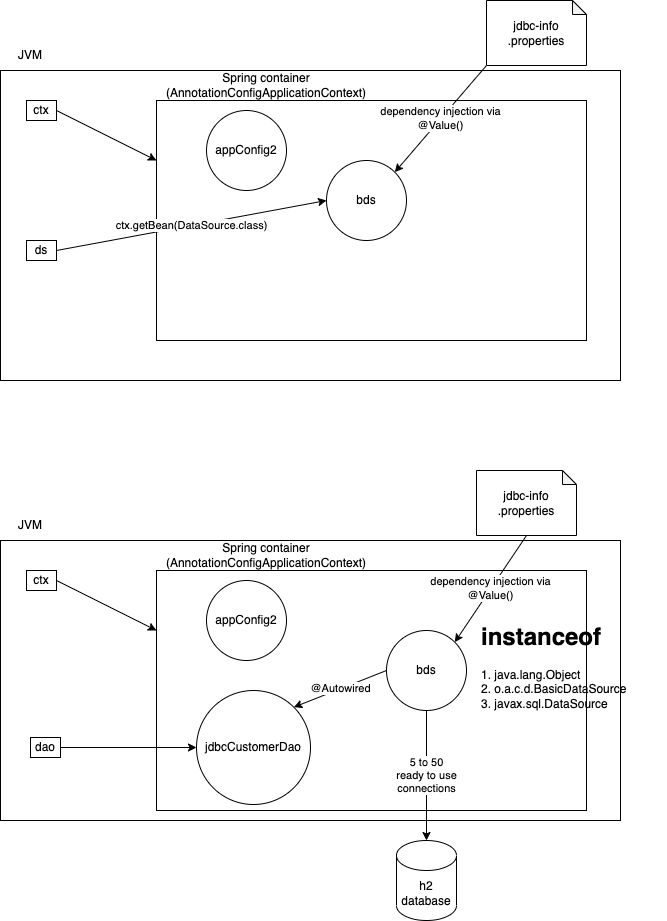
vinod-kayartaya/TARGET-APR-2023-BATCH-1 keeps this draw.io diagram as day-18/spring-container.dio.png. Above is the earlier version. Source tidied: cells renumbered, new cells last; positions are measured from the earlier drawing's top-left corner, leaving out a move shared by most shapes. Source of this version:
```xml
<mxGraphModel>
  <root>
    <mxCell id="0" />
    <mxCell id="1" parent="0" />
    <mxCell id="2" style="rounded=0;whiteSpace=wrap;html=1;" parent="1" vertex="1">
      <mxGeometry y="70" width="620" height="310" as="geometry" />
    </mxCell>
    <mxCell id="3" value="JVM" style="text;html=1;strokeColor=none;fillColor=none;align=center;verticalAlign=middle;whiteSpace=wrap;rounded=0;" parent="1" vertex="1">
      <mxGeometry y="40" width="60" height="30" as="geometry" />
    </mxCell>
    <mxCell id="4" style="edgeStyle=none;html=1;exitX=1;exitY=0.5;exitDx=0;exitDy=0;entryX=0;entryY=0.25;entryDx=0;entryDy=0;" parent="1" edge="1" source="5" target="6">
      <mxGeometry relative="1" as="geometry" />
    </mxCell>
    <mxCell id="5" value="ctx" style="rounded=0;whiteSpace=wrap;html=1;" parent="1" vertex="1">
      <mxGeometry x="26" y="100" width="30" height="20" as="geometry" />
    </mxCell>
    <mxCell id="6" style="rounded=0;whiteSpace=wrap;html=1;" parent="1" vertex="1">
      <mxGeometry x="156" y="100" width="430" height="240" as="geometry" />
    </mxCell>
    <mxCell id="7" value="Spring container (AnnotationConfigApplicationContext)" style="text;html=1;strokeColor=none;fillColor=none;align=center;verticalAlign=middle;whiteSpace=wrap;rounded=0;" parent="1" vertex="1">
      <mxGeometry x="156" y="70" width="220" height="30" as="geometry" />
    </mxCell>
    <mxCell id="8" value="appConfig2" style="ellipse;whiteSpace=wrap;html=1;" parent="1" vertex="1">
      <mxGeometry x="206" y="110" width="80" height="80" as="geometry" />
    </mxCell>
    <mxCell id="9" value="bds" style="ellipse;whiteSpace=wrap;html=1;" parent="1" vertex="1">
      <mxGeometry x="326" y="160" width="80" height="80" as="geometry" />
    </mxCell>
    <mxCell id="10" value="dependency injection via&lt;br&gt;@Value()" style="edgeStyle=none;html=1;exitX=0;exitY=1;exitDx=0;exitDy=0;exitPerimeter=0;entryX=1;entryY=0;entryDx=0;entryDy=0;" parent="1" edge="1" source="11" target="9">
      <mxGeometry relative="1" as="geometry" />
    </mxCell>
    <mxCell id="11" value="jdbc-info&lt;br&gt;.properties" style="shape=note;whiteSpace=wrap;html=1;backgroundOutline=1;darkOpacity=0.05;size=14;" parent="1" vertex="1">
      <mxGeometry x="486" width="100" height="65" as="geometry" />
    </mxCell>
    <mxCell id="12" value="ctx.getBean(DataSource.class)" style="edgeStyle=none;html=1;exitX=1;exitY=0.5;exitDx=0;exitDy=0;entryX=0;entryY=0.5;entryDx=0;entryDy=0;" parent="1" edge="1" source="13" target="9">
      <mxGeometry relative="1" as="geometry" />
    </mxCell>
    <mxCell id="13" value="ds" style="rounded=0;whiteSpace=wrap;html=1;" parent="1" vertex="1">
      <mxGeometry x="26" y="240" width="30" height="20" as="geometry" />
    </mxCell>
    <mxCell id="14" style="rounded=0;whiteSpace=wrap;html=1;" parent="1" vertex="1">
      <mxGeometry y="540" width="620" height="280" as="geometry" />
    </mxCell>
    <mxCell id="15" value="JVM" style="text;html=1;strokeColor=none;fillColor=none;align=center;verticalAlign=middle;whiteSpace=wrap;rounded=0;" parent="1" vertex="1">
      <mxGeometry y="510" width="60" height="30" as="geometry" />
    </mxCell>
    <mxCell id="16" style="edgeStyle=none;html=1;exitX=1;exitY=0.5;exitDx=0;exitDy=0;entryX=0;entryY=0.25;entryDx=0;entryDy=0;" parent="1" edge="1" source="17" target="18">
      <mxGeometry relative="1" as="geometry" />
    </mxCell>
    <mxCell id="17" value="ctx" style="rounded=0;whiteSpace=wrap;html=1;" parent="1" vertex="1">
      <mxGeometry x="26" y="570" width="30" height="20" as="geometry" />
    </mxCell>
    <mxCell id="18" style="rounded=0;whiteSpace=wrap;html=1;" parent="1" vertex="1">
      <mxGeometry x="156" y="570" width="430" height="240" as="geometry" />
    </mxCell>
    <mxCell id="19" value="Spring container (AnnotationConfigApplicationContext)" style="text;html=1;strokeColor=none;fillColor=none;align=center;verticalAlign=middle;whiteSpace=wrap;rounded=0;" parent="1" vertex="1">
      <mxGeometry x="156" y="540" width="220" height="30" as="geometry" />
    </mxCell>
    <mxCell id="20" value="appConfig2" style="ellipse;whiteSpace=wrap;html=1;" parent="1" vertex="1">
      <mxGeometry x="206" y="580" width="80" height="80" as="geometry" />
    </mxCell>
    <mxCell id="21" value="@Autowired" style="edgeStyle=none;html=1;exitX=0;exitY=0.5;exitDx=0;exitDy=0;entryX=1;entryY=0;entryDx=0;entryDy=0;" parent="1" edge="1" source="23" target="26">
      <mxGeometry relative="1" as="geometry" />
    </mxCell>
    <mxCell id="22" value="5 to 50 &lt;br&gt;ready to use&lt;br&gt;connections" style="edgeStyle=none;html=1;exitX=0.5;exitY=1;exitDx=0;exitDy=0;entryX=0.5;entryY=0;entryDx=0;entryDy=0;entryPerimeter=0;" parent="1" edge="1" source="23" target="30">
      <mxGeometry relative="1" as="geometry" />
    </mxCell>
    <mxCell id="23" value="bds" style="ellipse;whiteSpace=wrap;html=1;" parent="1" vertex="1">
      <mxGeometry x="386" y="630" width="80" height="80" as="geometry" />
    </mxCell>
    <mxCell id="24" value="dependency injection via&lt;br&gt;@Value()" style="edgeStyle=none;html=1;exitX=0.5;exitY=1;exitDx=0;exitDy=0;exitPerimeter=0;entryX=1;entryY=0;entryDx=0;entryDy=0;" parent="1" edge="1" source="25" target="23">
      <mxGeometry relative="1" as="geometry" />
    </mxCell>
    <mxCell id="25" value="jdbc-info&lt;br&gt;.properties" style="shape=note;whiteSpace=wrap;html=1;backgroundOutline=1;darkOpacity=0.05;size=14;" parent="1" vertex="1">
      <mxGeometry x="476" y="470" width="100" height="65" as="geometry" />
    </mxCell>
    <mxCell id="26" value="jdbcCustomerDao" style="ellipse;whiteSpace=wrap;html=1;" parent="1" vertex="1">
      <mxGeometry x="196" y="690" width="114" height="114" as="geometry" />
    </mxCell>
    <mxCell id="27" style="edgeStyle=none;html=1;exitX=1;exitY=0.5;exitDx=0;exitDy=0;entryX=0;entryY=0.5;entryDx=0;entryDy=0;" parent="1" edge="1" source="28" target="26">
      <mxGeometry relative="1" as="geometry" />
    </mxCell>
    <mxCell id="28" value="dao" style="rounded=0;whiteSpace=wrap;html=1;" parent="1" vertex="1">
      <mxGeometry x="30" y="737" width="30" height="20" as="geometry" />
    </mxCell>
    <mxCell id="29" value="&lt;h1&gt;instanceof&lt;/h1&gt;&lt;div&gt;1. java.lang.Object&lt;/div&gt;&lt;div&gt;2. o.a.c.d.BasicDataSource&lt;/div&gt;&lt;div&gt;3. javax.sql.DataSource&lt;/div&gt;" style="text;html=1;strokeColor=none;fillColor=none;spacing=5;spacingTop=-20;whiteSpace=wrap;overflow=hidden;rounded=0;" parent="1" vertex="1">
      <mxGeometry x="476" y="617" width="190" height="120" as="geometry" />
    </mxCell>
    <mxCell id="30" value="h2 database" style="shape=cylinder3;whiteSpace=wrap;html=1;boundedLbl=1;backgroundOutline=1;size=15;" parent="1" vertex="1">
      <mxGeometry x="396" y="840" width="60" height="80" as="geometry" />
    </mxCell>
  </root>
</mxGraphModel>
```
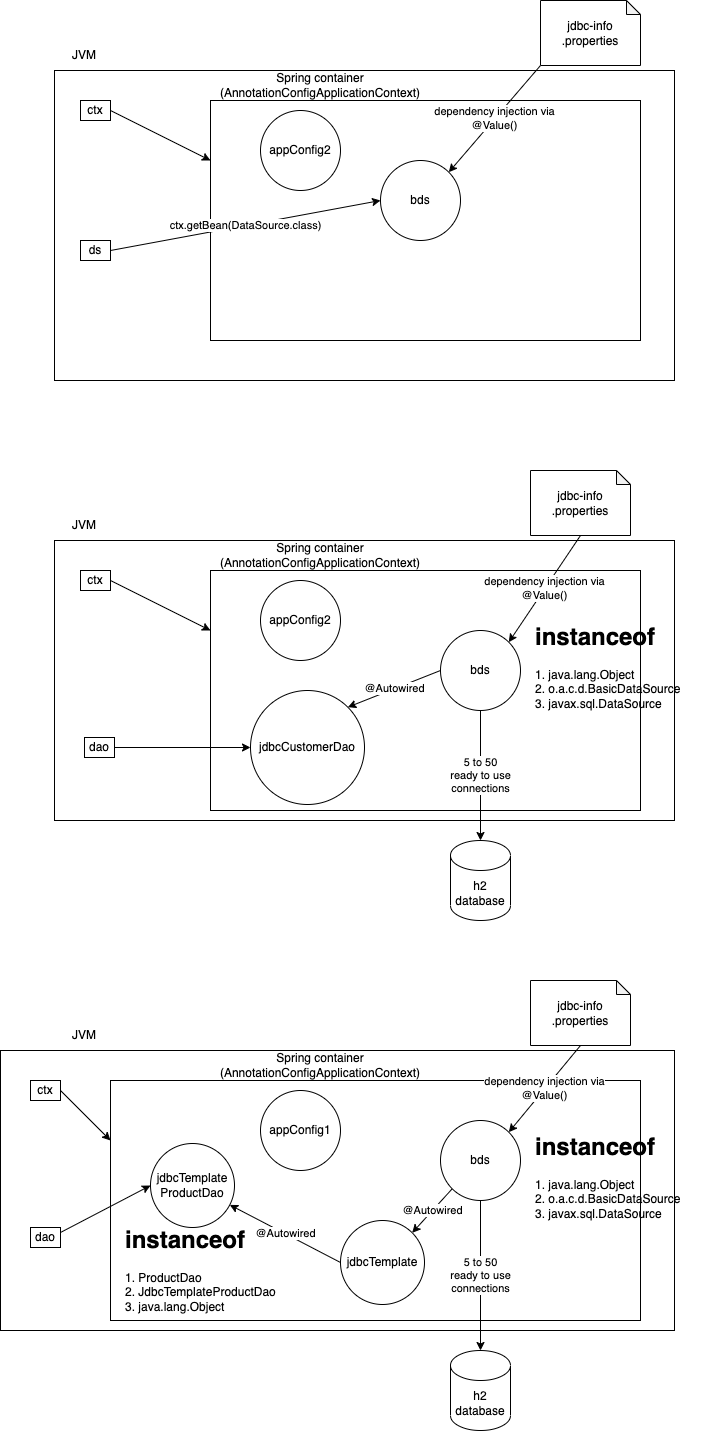
After the commit.

Commit message:
ProductDao using JdbcTemplate

Change to the diagram source:
```diff
@@ -89,5 +89,65 @@
     <mxCell id="30" value="h2 database" style="shape=cylinder3;whiteSpace=wrap;html=1;boundedLbl=1;backgroundOutline=1;size=15;" parent="1" vertex="1">
       <mxGeometry x="396" y="840" width="60" height="80" as="geometry" />
     </mxCell>
+    <mxCell id="31" style="rounded=0;whiteSpace=wrap;html=1;" parent="1" vertex="1">
+      <mxGeometry x="-54" y="1050" width="674" height="280" as="geometry" />
+    </mxCell>
+    <mxCell id="32" value="JVM" style="text;html=1;strokeColor=none;fillColor=none;align=center;verticalAlign=middle;whiteSpace=wrap;rounded=0;" parent="1" vertex="1">
+      <mxGeometry y="1020" width="60" height="30" as="geometry" />
+    </mxCell>
+    <mxCell id="33" style="edgeStyle=none;html=1;exitX=1;exitY=0.5;exitDx=0;exitDy=0;entryX=0;entryY=0.25;entryDx=0;entryDy=0;" parent="1" edge="1" source="34" target="35">
+      <mxGeometry relative="1" as="geometry" />
+    </mxCell>
+    <mxCell id="34" value="ctx" style="rounded=0;whiteSpace=wrap;html=1;" parent="1" vertex="1">
+      <mxGeometry x="-24" y="1080" width="30" height="20" as="geometry" />
+    </mxCell>
+    <mxCell id="35" style="rounded=0;whiteSpace=wrap;html=1;" parent="1" vertex="1">
+      <mxGeometry x="56" y="1080" width="530" height="240" as="geometry" />
+    </mxCell>
+    <mxCell id="36" value="Spring container (AnnotationConfigApplicationContext)" style="text;html=1;strokeColor=none;fillColor=none;align=center;verticalAlign=middle;whiteSpace=wrap;rounded=0;" parent="1" vertex="1">
+      <mxGeometry x="156" y="1050" width="220" height="30" as="geometry" />
+    </mxCell>
+    <mxCell id="37" value="appConfig1" style="ellipse;whiteSpace=wrap;html=1;" parent="1" vertex="1">
+      <mxGeometry x="206" y="1090" width="80" height="80" as="geometry" />
+    </mxCell>
+    <mxCell id="38" value="@Autowired" style="edgeStyle=none;html=1;exitX=0;exitY=1;exitDx=0;exitDy=0;entryX=1;entryY=0;entryDx=0;entryDy=0;" parent="1" edge="1" source="40" target="44">
+      <mxGeometry relative="1" as="geometry" />
+    </mxCell>
+    <mxCell id="39" value="5 to 50 &lt;br&gt;ready to use&lt;br&gt;connections" style="edgeStyle=none;html=1;exitX=0.5;exitY=1;exitDx=0;exitDy=0;entryX=0.5;entryY=0;entryDx=0;entryDy=0;entryPerimeter=0;" parent="1" edge="1" source="40" target="48">
+      <mxGeometry relative="1" as="geometry" />
+    </mxCell>
+    <mxCell id="40" value="bds" style="ellipse;whiteSpace=wrap;html=1;" parent="1" vertex="1">
+      <mxGeometry x="386" y="1120" width="80" height="80" as="geometry" />
+    </mxCell>
+    <mxCell id="41" value="dependency injection via&lt;br&gt;@Value()" style="edgeStyle=none;html=1;exitX=0.5;exitY=1;exitDx=0;exitDy=0;exitPerimeter=0;entryX=1;entryY=0;entryDx=0;entryDy=0;" parent="1" edge="1" source="42" target="40">
+      <mxGeometry relative="1" as="geometry" />
+    </mxCell>
+    <mxCell id="42" value="jdbc-info&lt;br&gt;.properties" style="shape=note;whiteSpace=wrap;html=1;backgroundOutline=1;darkOpacity=0.05;size=14;" parent="1" vertex="1">
+      <mxGeometry x="476" y="980" width="100" height="65" as="geometry" />
+    </mxCell>
+    <mxCell id="43" value="@Autowired" style="edgeStyle=none;html=1;exitX=0;exitY=0.5;exitDx=0;exitDy=0;" parent="1" edge="1" source="44" target="49">
+      <mxGeometry relative="1" as="geometry" />
+    </mxCell>
+    <mxCell id="44" value="jdbcTemplate" style="ellipse;whiteSpace=wrap;html=1;" parent="1" vertex="1">
+      <mxGeometry x="286" y="1220" width="84" height="84" as="geometry" />
+    </mxCell>
+    <mxCell id="45" style="edgeStyle=none;html=1;exitX=1;exitY=0.25;exitDx=0;exitDy=0;entryX=0;entryY=0.5;entryDx=0;entryDy=0;" parent="1" edge="1" source="46" target="49">
+      <mxGeometry relative="1" as="geometry" />
+    </mxCell>
+    <mxCell id="46" value="dao" style="rounded=0;whiteSpace=wrap;html=1;" parent="1" vertex="1">
+      <mxGeometry x="-24" y="1227" width="30" height="20" as="geometry" />
+    </mxCell>
+    <mxCell id="47" value="&lt;h1&gt;instanceof&lt;/h1&gt;&lt;div&gt;1. java.lang.Object&lt;/div&gt;&lt;div&gt;2. o.a.c.d.BasicDataSource&lt;/div&gt;&lt;div&gt;3. javax.sql.DataSource&lt;/div&gt;" style="text;html=1;strokeColor=none;fillColor=none;spacing=5;spacingTop=-20;whiteSpace=wrap;overflow=hidden;rounded=0;" parent="1" vertex="1">
+      <mxGeometry x="476" y="1127" width="190" height="120" as="geometry" />
+    </mxCell>
+    <mxCell id="48" value="h2 database" style="shape=cylinder3;whiteSpace=wrap;html=1;boundedLbl=1;backgroundOutline=1;size=15;" parent="1" vertex="1">
+      <mxGeometry x="396" y="1350" width="60" height="80" as="geometry" />
+    </mxCell>
+    <mxCell id="49" value="jdbcTemplate&lt;br&gt;ProductDao" style="ellipse;whiteSpace=wrap;html=1;" parent="1" vertex="1">
+      <mxGeometry x="96" y="1143" width="84" height="84" as="geometry" />
+    </mxCell>
+    <mxCell id="50" value="&lt;h1&gt;instanceof&lt;/h1&gt;&lt;div&gt;1. ProductDao&lt;/div&gt;&lt;div&gt;2. JdbcTemplateProductDao&lt;/div&gt;&lt;div&gt;3. java.lang.Object&lt;/div&gt;" style="text;html=1;strokeColor=none;fillColor=none;spacing=5;spacingTop=-20;whiteSpace=wrap;overflow=hidden;rounded=0;" parent="1" vertex="1">
+      <mxGeometry x="66" y="1220" width="190" height="120" as="geometry" />
+    </mxCell>
   </root>
 </mxGraphModel>
```
